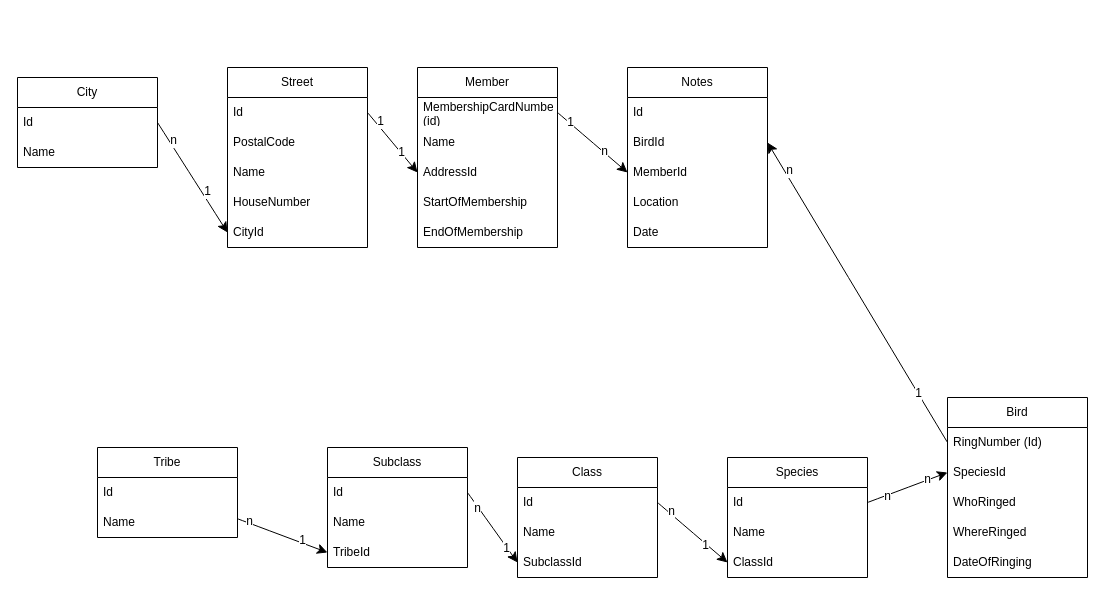
Above: OOT.drawio in zalulw/projctc- (draw.io), before the change. Source tidied: cells renumbered, new cells numbered last; positions are measured from the earlier drawing's top-left corner, leaving out a move shared by most shapes. Both pictures are drawn from the tidied source at 100%, with x=0, y=0 at pixel (17, 67).
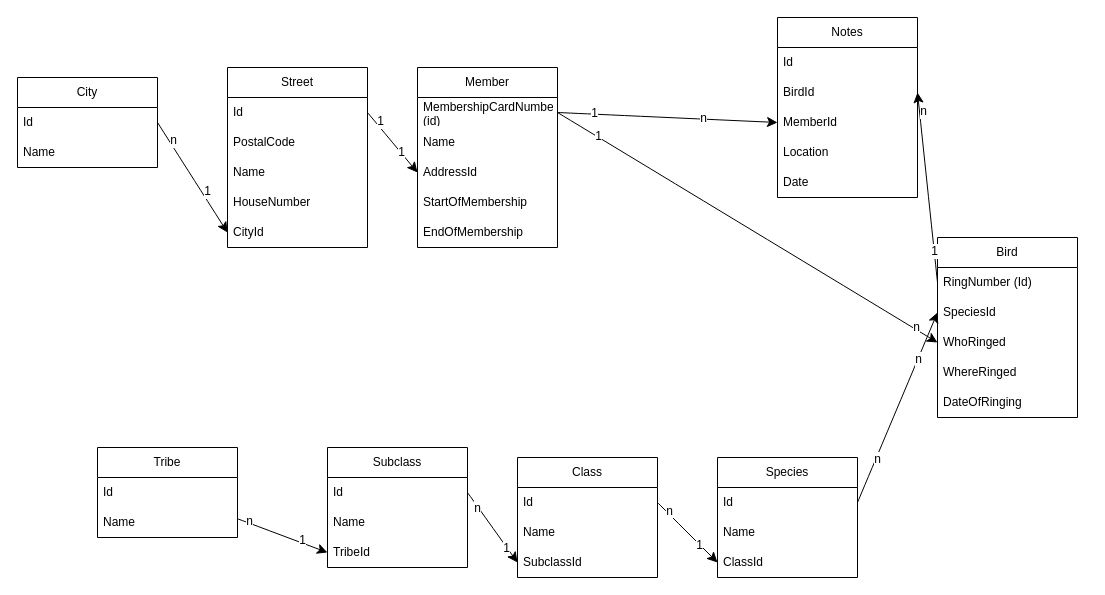
After the change.

The change refers to these unchanged cells:
```xml
<mxCell id="3" value="MembershipCardNumber (id)" style="text;strokeColor=none;fillColor=none;align=left;verticalAlign=middle;spacingLeft=4;spacingRight=4;overflow=hidden;points=[[0,0.5],[1,0.5]];portConstraint=eastwest;whiteSpace=wrap;html=1;" parent="2" vertex="1">
  <mxGeometry y="30" width="140" height="30" as="geometry" />
</mxCell>
<mxCell id="11" value="WhoRinged" style="text;strokeColor=none;fillColor=none;align=left;verticalAlign=middle;spacingLeft=4;spacingRight=4;overflow=hidden;points=[[0,0.5],[1,0.5]];portConstraint=eastwest;whiteSpace=wrap;html=1;" parent="8" vertex="1">
  <mxGeometry y="90" width="140" height="30" as="geometry" />
</mxCell>
```

The edit, as a diff of the source:
```diff
@@
     <mxCell id="8" value="Bird" style="swimlane;fontStyle=0;horizontal=1;startSize=30;whiteSpace=wrap;html=1;" parent="1" vertex="1">
-      <mxGeometry x="930" y="330" width="140" height="180" as="geometry" />
+      <mxGeometry x="920" y="170" width="140" height="180" as="geometry" />
     </mxCell>
@@
     <mxCell id="14" value="Species" style="swimlane;fontStyle=0;horizontal=1;startSize=30;whiteSpace=wrap;html=1;" parent="1" vertex="1">
-      <mxGeometry x="710" y="390" width="140" height="120" as="geometry" />
+      <mxGeometry x="700" y="390" width="140" height="120" as="geometry" />
     </mxCell>
@@
     <mxCell id="47" value="Notes" style="swimlane;fontStyle=0;horizontal=1;startSize=30;whiteSpace=wrap;html=1;" parent="1" vertex="1">
-      <mxGeometry x="610" width="140" height="180" as="geometry" />
+      <mxGeometry x="760" y="-50" width="140" height="180" as="geometry" />
     </mxCell>
@@
+    <mxCell id="68" style="edgeStyle=none;curved=1;rounded=0;jettySize=auto;html=1;exitX=1;exitY=0.5;exitDx=0;exitDy=0;entryX=0;entryY=0.5;entryDx=0;entryDy=0;fontSize=12;startSize=8;endSize=8;" parent="1" edge="1" source="3" target="11">
+      <mxGeometry relative="1" as="geometry" />
+    </mxCell>
+    <mxCell id="69" value="1" style="edgeLabel;html=1;align=center;verticalAlign=middle;fontSize=12;" parent="68" vertex="1">
+      <mxGeometry x="-0.79" y="1" relative="1" as="geometry" />
+    </mxCell>
+    <mxCell id="70" value="n" style="edgeLabel;html=1;align=center;verticalAlign=middle;fontSize=12;" parent="68" vertex="1">
+      <mxGeometry x="0.88" y="1" relative="1" as="geometry">
+        <mxPoint y="-1" as="offset" />
+      </mxGeometry>
+    </mxCell>
```
